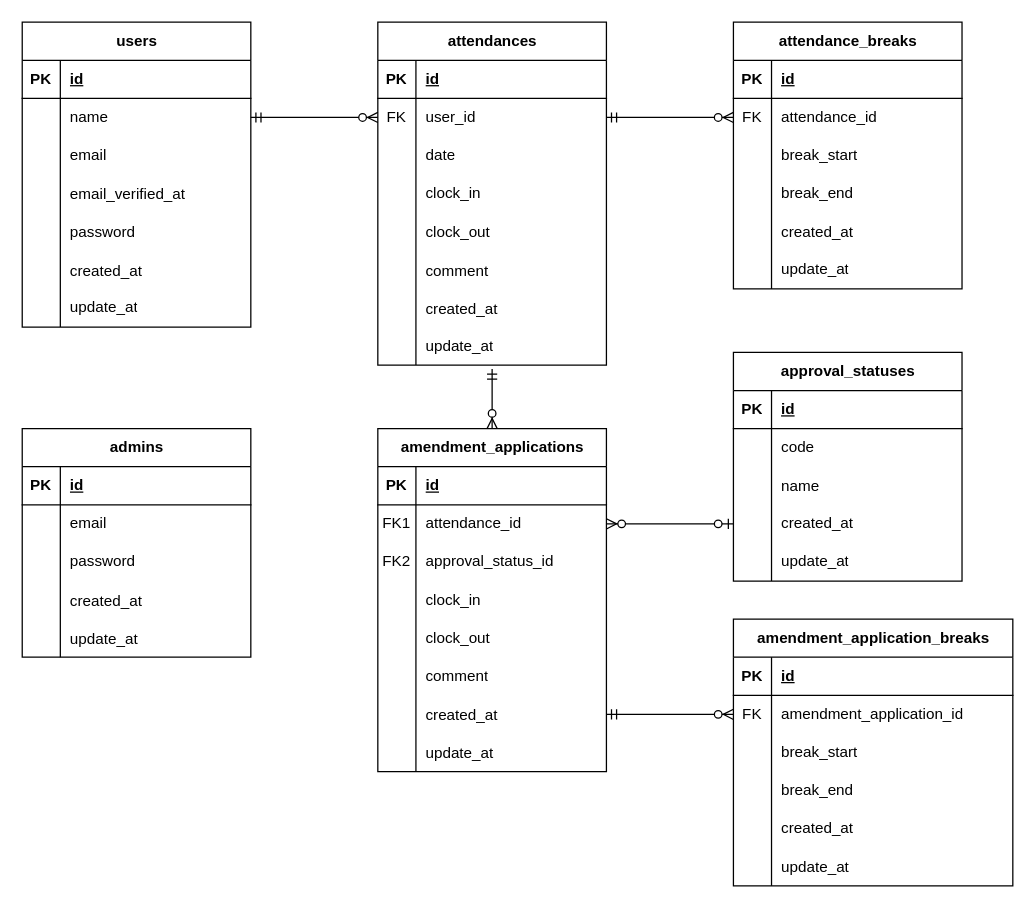
Above: docs/er-diagram.drawio in fujiwara-k0814/second-mock-project (draw.io), before the change. Source tidied: cells renumbered, new cells numbered last; positions are measured from the earlier drawing's top-left corner, leaving out a move shared by most shapes. Both pictures are drawn from the tidied source at 127%, with x=0, y=0 at pixel (22, 22).
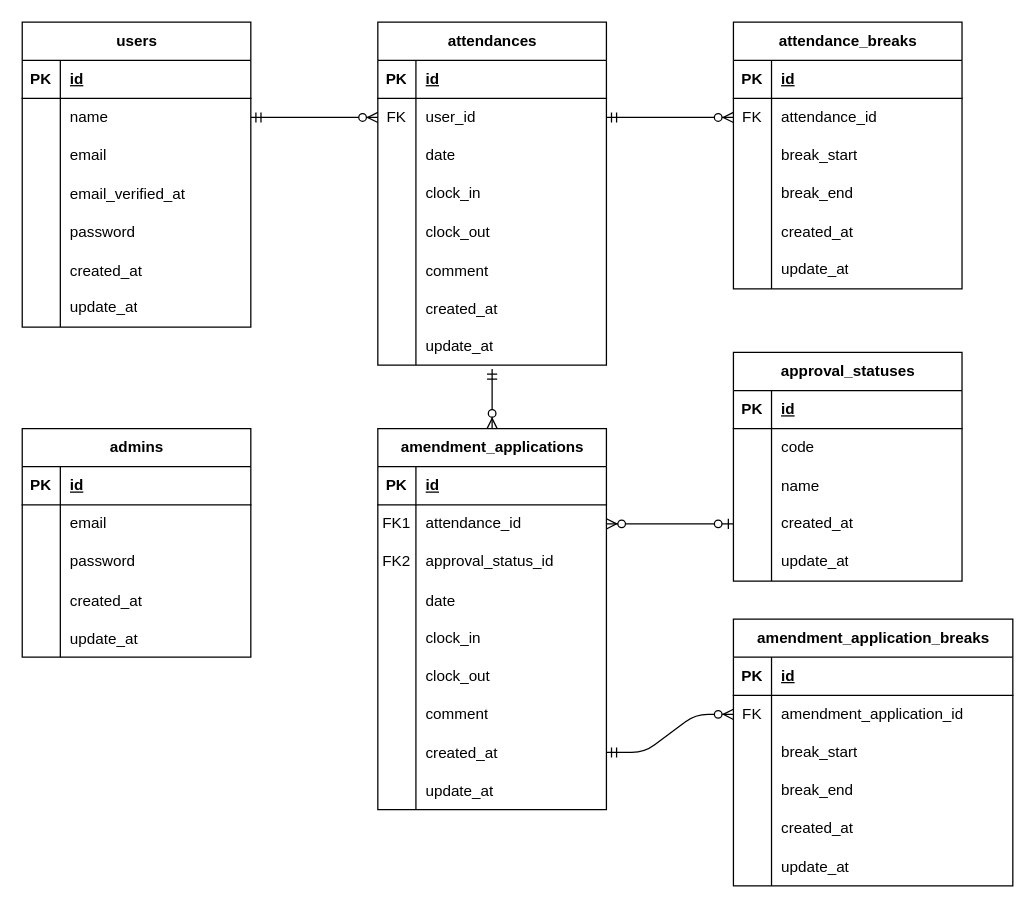
Above is the later version.

The edit, as a diff of the source:
```diff
@@
     <mxCell id="103" value="amendment_applications" style="shape=table;startSize=30;childLayout=tableLayout;rowLines=0;fontStyle=1;align=center;html=1;" parent="1" vertex="1">
-      <mxGeometry x="280" y="320" width="180" height="270" as="geometry" />
+      <mxGeometry x="280" y="320" width="180" height="300" as="geometry" />
     </mxCell>
@@
+    <mxCell id="149" style="shape=tableRow;horizontal=0;startSize=0;swimlaneHead=0;swimlaneBody=0;fillColor=none;top=0;left=0;right=0;bottom=0;" parent="103" vertex="1">
+      <mxGeometry y="120" width="180" height="30" as="geometry" />
+    </mxCell>
+    <mxCell id="150" style="shape=partialRectangle;fillColor=none;top=0;left=0;bottom=0;right=0;overflow=hidden;" parent="149" vertex="1">
+      <mxGeometry width="30" height="30" as="geometry" />
+    </mxCell>
+    <mxCell id="151" value="date" style="shape=partialRectangle;fillColor=none;top=0;left=0;bottom=0;right=0;align=left;spacingLeft=6;overflow=hidden;" parent="149" vertex="1">
+      <mxGeometry x="30" width="150" height="30" as="geometry" />
+    </mxCell>
     <mxCell id="113" style="shape=tableRow;horizontal=0;startSize=0;swimlaneHead=0;swimlaneBody=0;fillColor=none;top=0;left=0;right=0;bottom=0;" parent="103" vertex="1">
-      <mxGeometry y="120" width="180" height="30" as="geometry" />
+      <mxGeometry y="150" width="180" height="30" as="geometry" />
     </mxCell>
@@
     <mxCell id="116" style="shape=tableRow;horizontal=0;startSize=0;swimlaneHead=0;swimlaneBody=0;fillColor=none;top=0;left=0;right=0;bottom=0;" parent="103" vertex="1">
-      <mxGeometry y="150" width="180" height="30" as="geometry" />
+      <mxGeometry y="180" width="180" height="30" as="geometry" />
     </mxCell>
@@
     <mxCell id="119" style="shape=tableRow;horizontal=0;startSize=0;swimlaneHead=0;swimlaneBody=0;fillColor=none;top=0;left=0;right=0;bottom=0;" parent="103" vertex="1">
-      <mxGeometry y="180" width="180" height="30" as="geometry" />
+      <mxGeometry y="210" width="180" height="30" as="geometry" />
     </mxCell>
@@
     <mxCell id="122" style="shape=tableRow;horizontal=0;startSize=0;swimlaneHead=0;swimlaneBody=0;fillColor=none;points=[[0,0.5],[1,0.5]];portConstraint=eastwest;top=0;left=0;right=0;bottom=0;" parent="103" vertex="1">
-      <mxGeometry y="210" width="180" height="30" as="geometry" />
+      <mxGeometry y="240" width="180" height="30" as="geometry" />
     </mxCell>
@@
     <mxCell id="125" style="shape=tableRow;horizontal=0;startSize=0;swimlaneHead=0;swimlaneBody=0;fillColor=none;top=0;left=0;right=0;bottom=0;" parent="103" vertex="1">
-      <mxGeometry y="240" width="180" height="30" as="geometry" />
+      <mxGeometry y="270" width="180" height="30" as="geometry" />
     </mxCell>
```
